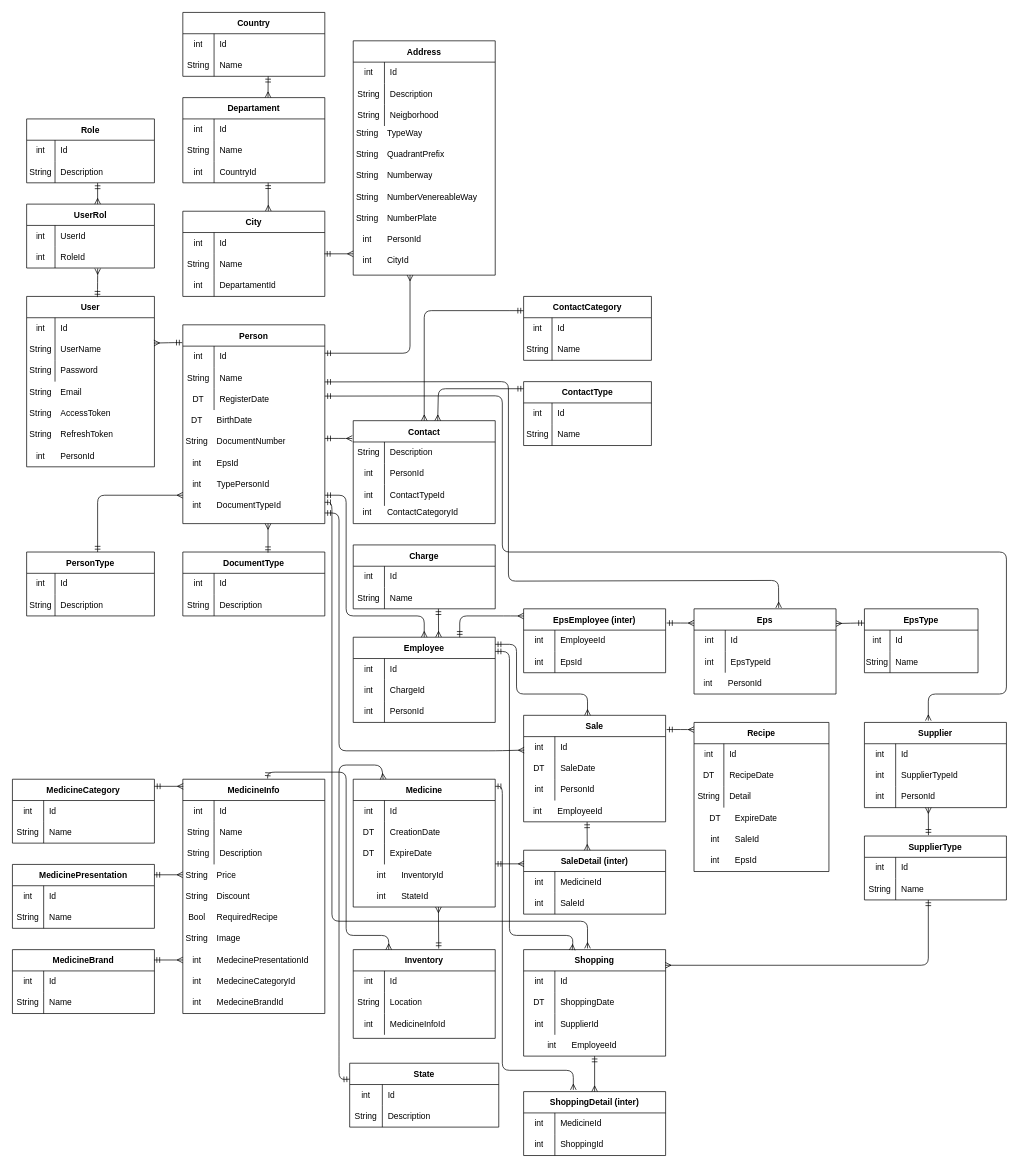
Above: db.drawio in CamiloHdez97/Umbrella-Farma (draw.io), before the change. Source tidied: cells renumbered, new cells numbered last; positions are measured from the earlier drawing's top-left corner, leaving out a move shared by most shapes. Both pictures are drawn from the tidied source at 71%, with x=0, y=0 at pixel (12, 12).
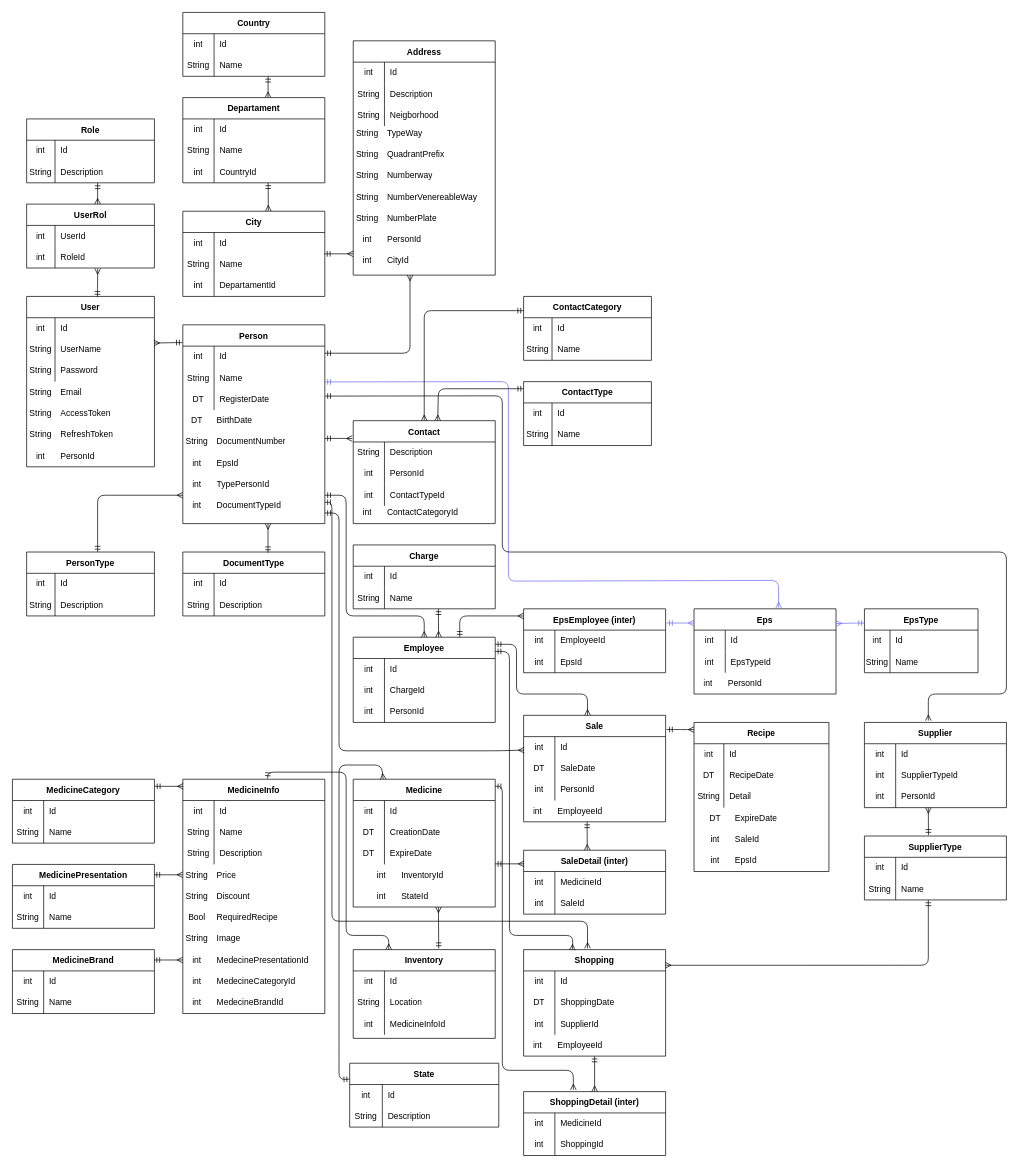
The same page after the edit.

Commit message:
feat: :sparkles: db lines connection

The change refers to these unchanged cells:
```xml
<mxCell id="303" value="Eps" style="shape=table;startSize=30;childLayout=tableLayout;rowLines=0;fontStyle=1;" parent="1" vertex="1">
  <mxGeometry x="960" y="840" width="200" height="120" as="geometry" />
</mxCell>
```

What changed in the source:
```diff
@@
     <mxCell id="275" value="int" style="shape=partialRectangle;html=1;whiteSpace=wrap;fillColor=none;top=0;left=0;bottom=0;right=0;overflow=hidden;" parent="1" vertex="1">
-      <mxGeometry x="740" y="1440" width="40" height="30" as="geometry" />
+      <mxGeometry x="720" y="1440" width="40" height="30" as="geometry" />
     </mxCell>
     <mxCell id="276" value="EmployeeId" style="shape=partialRectangle;html=1;whiteSpace=wrap;fillColor=none;top=0;left=0;bottom=0;right=0;align=left;spacingLeft=6;overflow=hidden;" parent="1" vertex="1">
-      <mxGeometry x="780" y="1440" width="140" height="30" as="geometry" />
+      <mxGeometry x="760" y="1440" width="140" height="30" as="geometry" />
     </mxCell>
@@
-    <mxCell id="344" style="edgeStyle=none;html=1;endArrow=ERmany;endFill=0;startArrow=ERmandOne;startFill=0;entryX=0.596;entryY=-0.011;entryDx=0;entryDy=0;entryPerimeter=0;" parent="1" edge="1" target="303">
+    <mxCell id="344" style="edgeStyle=none;html=1;endArrow=ERmany;endFill=0;startArrow=ERmandOne;startFill=0;entryX=0.596;entryY=-0.011;entryDx=0;entryDy=0;entryPerimeter=0;strokeColor=#6C6CF0;" parent="1" edge="1" target="303">
       <mxGeometry relative="1" as="geometry">
         <mxPoint x="440" y="520.4" as="sourcePoint" />
         <Array as="points">
           <mxPoint x="698.6" y="520" />
           <mxPoint x="698.6" y="801" />
           <mxPoint x="1079" y="800" />
         </Array>
       </mxGeometry>
     </mxCell>
@@
-    <mxCell id="351" style="edgeStyle=none;html=1;endArrow=ERmany;endFill=0;exitX=0.554;exitY=0.004;exitDx=0;exitDy=0;exitPerimeter=0;startArrow=ERmandOne;startFill=0;entryX=0.996;entryY=0.19;entryDx=0;entryDy=0;entryPerimeter=0;" parent="1" edge="1">
+    <mxCell id="351" style="edgeStyle=none;html=1;endArrow=ERmany;endFill=0;exitX=0.554;exitY=0.004;exitDx=0;exitDy=0;exitPerimeter=0;startArrow=ERmandOne;startFill=0;entryX=0.996;entryY=0.19;entryDx=0;entryDy=0;entryPerimeter=0;strokeColor=#6C6CF0;" parent="1" edge="1">
       <mxGeometry relative="1" as="geometry">
         <mxPoint x="1199.9" y="860.1" as="sourcePoint" />
         <mxPoint x="1160" y="860.7" as="targetPoint" />
         <Array as="points">
           <mxPoint x="1190.7" y="860" />
         </Array>
       </mxGeometry>
     </mxCell>
-    <mxCell id="352" style="edgeStyle=none;html=1;endArrow=ERmany;endFill=0;startArrow=ERmandOne;startFill=0;entryX=-0.007;entryY=0.173;entryDx=0;entryDy=0;entryPerimeter=0;" parent="1" edge="1">
+    <mxCell id="352" style="edgeStyle=none;html=1;endArrow=ERmany;endFill=0;startArrow=ERmandOne;startFill=0;entryX=-0.007;entryY=0.173;entryDx=0;entryDy=0;entryPerimeter=0;strokeColor=#6C6CF0;" parent="1" edge="1">
       <mxGeometry relative="1" as="geometry">
         <mxPoint x="921.4" y="860" as="sourcePoint" />
         <mxPoint x="960" y="860.1" as="targetPoint" />
         <Array as="points">
           <mxPoint x="941.4" y="860" />
         </Array>
       </mxGeometry>
     </mxCell>
```
